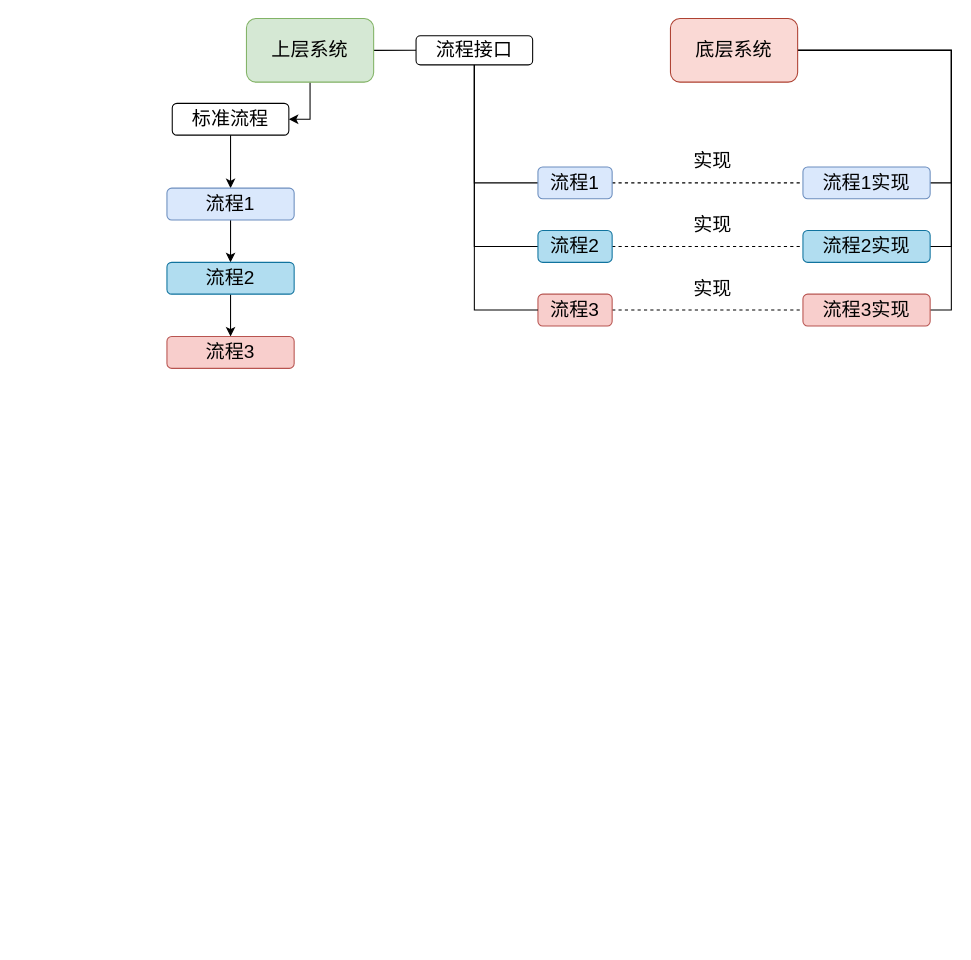
The draw.io diagram 图表文件/设计模式/模板方法.drawio in Syske/person-learning-note, before the edit. Source tidied: cells renumbered, new cells numbered last; positions are measured from the earlier drawing's top-left corner, leaving out a move shared by most shapes. Both pictures are drawn from the tidied source at 106%, with x=0, y=0 at pixel (166, 18).
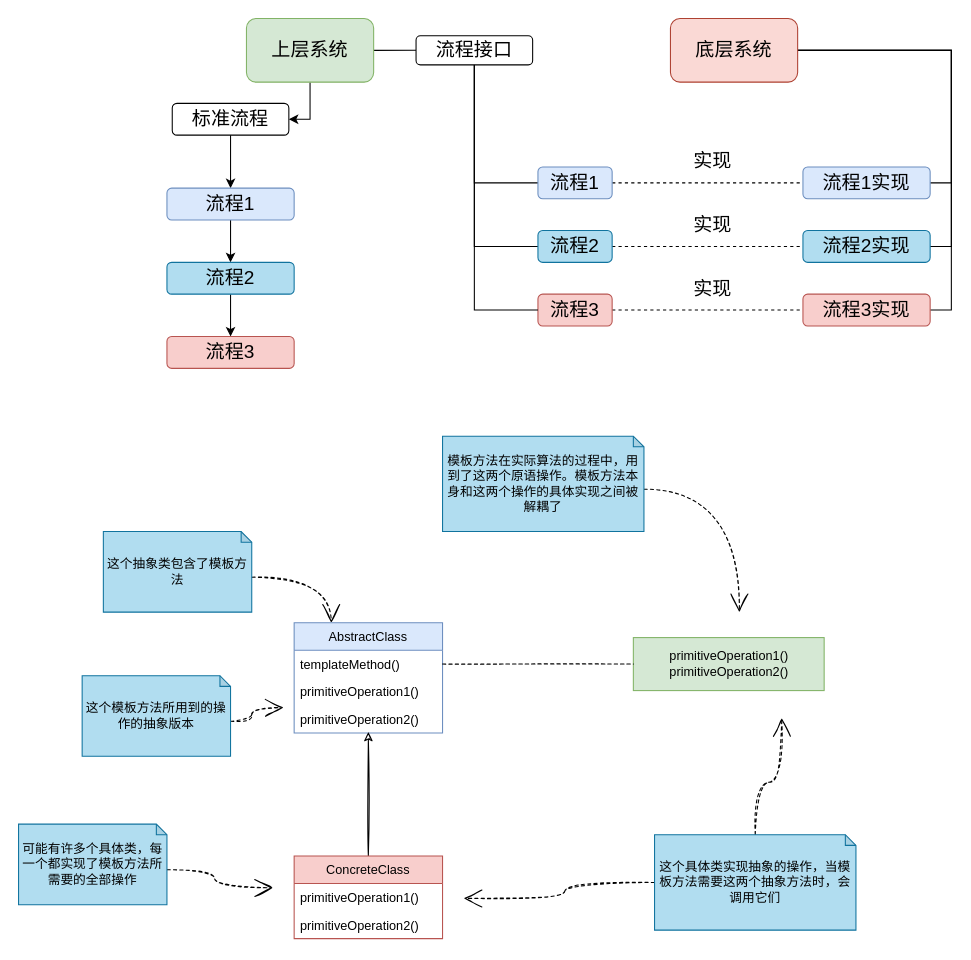
Above is the later version.

Change to the diagram source:
```diff
@@
+    <mxCell id="32" value="AbstractClass" style="swimlane;fontStyle=0;horizontal=1;startSize=26;fillColor=#dae8fc;strokeColor=#6c8ebf;" parent="1" vertex="1">
+      <mxGeometry x="120" y="570" width="140" height="104" as="geometry" />
+    </mxCell>
+    <mxCell id="33" value="templateMethod()" style="text;strokeColor=none;fillColor=none;align=left;verticalAlign=top;spacingLeft=4;spacingRight=4;overflow=hidden;points=[[0,0.5],[1,0.5]];portConstraint=eastwest;" parent="32" vertex="1">
+      <mxGeometry y="26" width="140" height="26" as="geometry" />
+    </mxCell>
+    <mxCell id="34" value="primitiveOperation1()" style="text;strokeColor=none;fillColor=none;align=left;verticalAlign=top;spacingLeft=4;spacingRight=4;overflow=hidden;" parent="32" vertex="1">
+      <mxGeometry y="52" width="140" height="26" as="geometry" />
+    </mxCell>
+    <mxCell id="35" value="primitiveOperation2()" style="text;strokeColor=none;fillColor=none;align=left;verticalAlign=top;spacingLeft=4;spacingRight=4;overflow=hidden;points=[[0,0.5],[1,0.5]];portConstraint=eastwest;" parent="32" vertex="1">
+      <mxGeometry y="78" width="140" height="26" as="geometry" />
+    </mxCell>
+    <mxCell id="36" style="edgeStyle=orthogonalEdgeStyle;rounded=0;jettySize=auto;html=1;exitX=0.5;exitY=0;exitDx=0;exitDy=0;entryX=0.5;entryY=0.971;entryDx=0;entryDy=0;entryPerimeter=0;sketch=1;" parent="1" edge="1" source="37" target="35">
+      <mxGeometry relative="1" as="geometry" />
+    </mxCell>
+    <mxCell id="37" value="ConcreteClass" style="swimlane;fontStyle=0;horizontal=1;startSize=26;fillColor=#f8cecc;strokeColor=#b85450;" parent="1" vertex="1">
+      <mxGeometry x="120" y="790" width="140" height="78" as="geometry" />
+    </mxCell>
+    <mxCell id="38" value="primitiveOperation1()" style="text;strokeColor=none;fillColor=none;align=left;verticalAlign=top;spacingLeft=4;spacingRight=4;overflow=hidden;" parent="37" vertex="1">
+      <mxGeometry y="26" width="140" height="26" as="geometry" />
+    </mxCell>
+    <mxCell id="39" value="primitiveOperation2()" style="text;strokeColor=none;fillColor=none;align=left;verticalAlign=top;spacingLeft=4;spacingRight=4;overflow=hidden;" parent="37" vertex="1">
+      <mxGeometry y="52" width="140" height="26" as="geometry" />
+    </mxCell>
+    <mxCell id="40" value="&lt;span style=&quot;text-align: left&quot;&gt;primitiveOperation1()&lt;br&gt;&lt;/span&gt;&lt;span style=&quot;text-align: left&quot;&gt;primitiveOperation2()&lt;/span&gt;&lt;span style=&quot;text-align: left&quot;&gt;&lt;br&gt;&lt;/span&gt;" style="html=1;fillColor=#d5e8d4;strokeColor=#82b366;" parent="1" vertex="1">
+      <mxGeometry x="440" y="584" width="180" height="50" as="geometry" />
+    </mxCell>
+    <mxCell id="41" style="edgeStyle=orthogonalEdgeStyle;rounded=0;sketch=1;jettySize=auto;html=1;entryX=0;entryY=0.5;entryDx=0;entryDy=0;endArrow=none;endFill=0;dashed=1;" parent="1" edge="1" source="33" target="40">
+      <mxGeometry relative="1" as="geometry" />
+    </mxCell>
+    <mxCell id="42" style="edgeStyle=orthogonalEdgeStyle;rounded=0;jettySize=auto;html=1;exitX=0;exitY=0;exitDx=140;exitDy=43;exitPerimeter=0;entryX=0.25;entryY=0;entryDx=0;entryDy=0;curved=1;endArrow=open;endFill=0;sketch=1;endSize=15;dashed=1;" parent="1" edge="1" source="43" target="32">
+      <mxGeometry relative="1" as="geometry" />
+    </mxCell>
+    <mxCell id="43" value="这个抽象类包含了模板方法" style="shape=note;whiteSpace=wrap;html=1;backgroundOutline=1;darkOpacity=0.05;size=10;fillColor=#b1ddf0;strokeColor=#10739e;" parent="1" vertex="1">
+      <mxGeometry x="-60" y="484" width="140" height="76" as="geometry" />
+    </mxCell>
+    <mxCell id="44" style="edgeStyle=orthogonalEdgeStyle;curved=1;rounded=0;sketch=1;jettySize=auto;html=1;exitX=0;exitY=0;exitDx=140;exitDy=43;exitPerimeter=0;dashed=1;endArrow=open;endFill=0;endSize=15;" parent="1" edge="1" source="45">
+      <mxGeometry relative="1" as="geometry">
+        <mxPoint x="110" y="650" as="targetPoint" />
+      </mxGeometry>
+    </mxCell>
+    <mxCell id="45" value="这个模板方法所用到的操作的抽象版本" style="shape=note;whiteSpace=wrap;html=1;backgroundOutline=1;darkOpacity=0.05;size=10;fillColor=#b1ddf0;strokeColor=#10739e;" parent="1" vertex="1">
+      <mxGeometry x="-80" y="620" width="140" height="76" as="geometry" />
+    </mxCell>
+    <mxCell id="46" style="edgeStyle=orthogonalEdgeStyle;curved=1;rounded=0;sketch=1;jettySize=auto;html=1;exitX=0;exitY=0;exitDx=190;exitDy=50;exitPerimeter=0;dashed=1;endArrow=open;endFill=0;endSize=15;" parent="1" edge="1" source="47">
+      <mxGeometry relative="1" as="geometry">
+        <mxPoint x="540" y="560" as="targetPoint" />
+      </mxGeometry>
+    </mxCell>
+    <mxCell id="47" value="模板方法在实际算法的过程中，用到了这两个原语操作。模板方法本身和这两个操作的具体实现之间被解耦了" style="shape=note;whiteSpace=wrap;html=1;backgroundOutline=1;darkOpacity=0.05;size=10;fillColor=#b1ddf0;strokeColor=#10739e;" parent="1" vertex="1">
+      <mxGeometry x="260" y="394" width="190" height="90" as="geometry" />
+    </mxCell>
+    <mxCell id="48" style="edgeStyle=orthogonalEdgeStyle;curved=1;rounded=0;sketch=1;jettySize=auto;html=1;exitX=0;exitY=0.5;exitDx=0;exitDy=0;exitPerimeter=0;dashed=1;endArrow=open;endFill=0;endSize=15;" parent="1" edge="1" source="50">
+      <mxGeometry relative="1" as="geometry">
+        <mxPoint x="280" y="830" as="targetPoint" />
+      </mxGeometry>
+    </mxCell>
+    <mxCell id="49" style="edgeStyle=orthogonalEdgeStyle;curved=1;rounded=0;sketch=1;jettySize=auto;html=1;exitX=0.5;exitY=0;exitDx=0;exitDy=0;exitPerimeter=0;dashed=1;endArrow=open;endFill=0;endSize=15;" parent="1" edge="1" source="50">
+      <mxGeometry relative="1" as="geometry">
+        <mxPoint x="580" y="660" as="targetPoint" />
+      </mxGeometry>
+    </mxCell>
+    <mxCell id="50" value="这个具体类实现抽象的操作，当模板方法需要这两个抽象方法时，会调用它们" style="shape=note;whiteSpace=wrap;html=1;backgroundOutline=1;darkOpacity=0.05;size=10;fillColor=#b1ddf0;strokeColor=#10739e;" parent="1" vertex="1">
+      <mxGeometry x="460" y="770" width="190" height="90" as="geometry" />
+    </mxCell>
+    <mxCell id="51" style="edgeStyle=orthogonalEdgeStyle;curved=1;rounded=0;sketch=1;jettySize=auto;html=1;exitX=0;exitY=0;exitDx=140;exitDy=43;exitPerimeter=0;dashed=1;endArrow=open;endFill=0;endSize=15;" parent="1" edge="1" source="52">
+      <mxGeometry relative="1" as="geometry">
+        <mxPoint x="100" y="820" as="targetPoint" />
+      </mxGeometry>
+    </mxCell>
+    <mxCell id="52" value="可能有许多个具体类，每一个都实现了模板方法所需要的全部操作" style="shape=note;whiteSpace=wrap;html=1;backgroundOutline=1;darkOpacity=0.05;size=10;fillColor=#b1ddf0;strokeColor=#10739e;" parent="1" vertex="1">
+      <mxGeometry x="-140" y="760" width="140" height="76" as="geometry" />
+    </mxCell>
```
